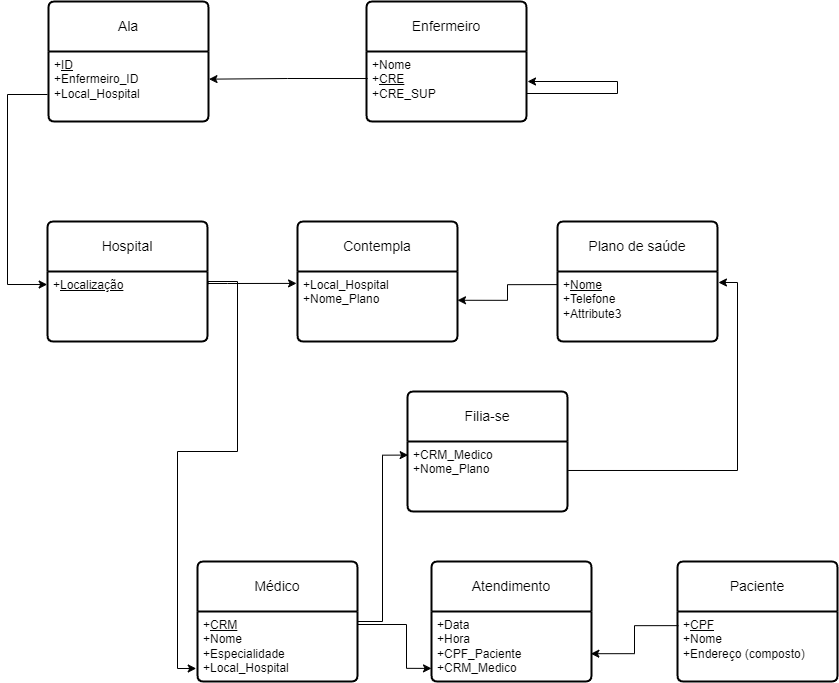
The draw.io diagram esquema logico exerc1.drawio.png in VitorFonseca123/ExerciciosACH2004_BD, before a commit. Source tidied: cells renumbered, new cells last; positions are measured from the earlier drawing's top-left corner, leaving out a move shared by most shapes.
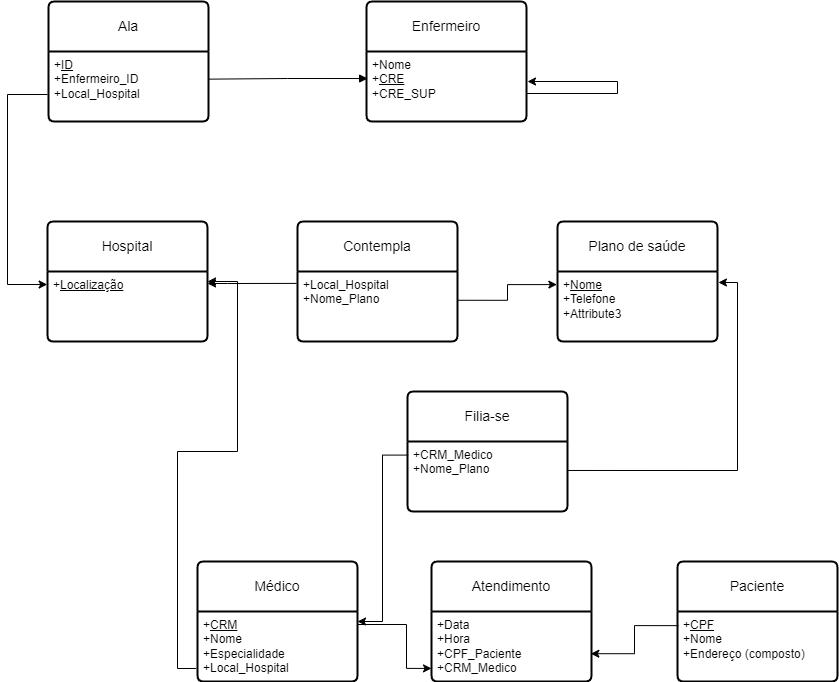
After the change.

Commit message:
Arruma setas

The edit, as a diff of the source:
```diff
@@ -38,7 +38,7 @@
     <mxCell id="13" value="+&lt;u&gt;CPF&lt;/u&gt;&lt;br&gt;+Nome&lt;br&gt;+Endereço (composto)" style="align=left;strokeColor=none;fillColor=none;spacingLeft=4;fontSize=12;verticalAlign=top;html=1;" parent="12" vertex="1">
       <mxGeometry y="50" width="160" height="70" as="geometry" />
     </mxCell>
-    <mxCell id="14" style="edgeStyle=orthogonalEdgeStyle;rounded=0;jettySize=auto;html=1;exitX=0.007;exitY=0.386;exitDx=0;exitDy=0;entryX=1.003;entryY=0.395;entryDx=0;entryDy=0;entryPerimeter=0;exitPerimeter=0;" parent="1" edge="1" source="3" target="5">
+    <mxCell id="14" style="edgeStyle=orthogonalEdgeStyle;rounded=0;jettySize=auto;html=1;exitX=0.007;exitY=0.386;exitDx=0;exitDy=0;entryX=1.003;entryY=0.395;entryDx=0;entryDy=0;entryPerimeter=0;exitPerimeter=0;startArrow=block;startFill=1;endArrow=none;endFill=0;" parent="1" edge="1" source="3" target="5">
       <mxGeometry relative="1" as="geometry" />
     </mxCell>
     <mxCell id="15" style="edgeStyle=orthogonalEdgeStyle;rounded=0;orthogonalLoop=1;jettySize=auto;html=1;" parent="1" edge="1">
@@ -89,7 +89,7 @@
     <mxCell id="24" style="edgeStyle=orthogonalEdgeStyle;rounded=0;orthogonalLoop=1;jettySize=auto;html=1;exitX=0.5;exitY=1;exitDx=0;exitDy=0;" parent="21" edge="1" source="22" target="22">
       <mxGeometry relative="1" as="geometry" />
     </mxCell>
-    <mxCell id="25" style="edgeStyle=orthogonalEdgeStyle;rounded=0;jettySize=auto;html=1;entryX=-0.006;entryY=0.17;entryDx=0;entryDy=0;entryPerimeter=0;" parent="1" edge="1" source="7" target="22">
+    <mxCell id="25" style="edgeStyle=orthogonalEdgeStyle;rounded=0;jettySize=auto;html=1;entryX=-0.006;entryY=0.17;entryDx=0;entryDy=0;entryPerimeter=0;startArrow=classic;startFill=1;endArrow=none;endFill=0;" parent="1" edge="1" source="7" target="22">
       <mxGeometry relative="1" as="geometry">
         <Array as="points">
           <mxPoint x="220" y="282" />
@@ -97,13 +97,12 @@
         </Array>
       </mxGeometry>
     </mxCell>
-    <mxCell id="26" style="edgeStyle=orthogonalEdgeStyle;rounded=0;jettySize=auto;html=1;exitX=-0.004;exitY=0.187;exitDx=0;exitDy=0;entryX=1;entryY=0.411;entryDx=0;entryDy=0;entryPerimeter=0;exitPerimeter=0;" parent="1" edge="1" source="9" target="22">
+    <mxCell id="26" style="edgeStyle=orthogonalEdgeStyle;rounded=0;jettySize=auto;html=1;exitX=-0.004;exitY=0.187;exitDx=0;exitDy=0;entryX=1;entryY=0.411;entryDx=0;entryDy=0;entryPerimeter=0;exitPerimeter=0;startArrow=classic;startFill=1;endArrow=none;endFill=0;" parent="1" edge="1" source="9" target="22">
       <mxGeometry relative="1" as="geometry" />
     </mxCell>
-    <mxCell id="27" style="edgeStyle=orthogonalEdgeStyle;rounded=0;jettySize=auto;html=1;entryX=-0.008;entryY=0.814;entryDx=0;entryDy=0;entryPerimeter=0;exitX=1.003;exitY=0.181;exitDx=0;exitDy=0;exitPerimeter=0;" parent="1" edge="1" source="7" target="11">
+    <mxCell id="27" style="edgeStyle=orthogonalEdgeStyle;rounded=0;jettySize=auto;html=1;entryX=-0.008;entryY=0.814;entryDx=0;entryDy=0;entryPerimeter=0;startArrow=classic;startFill=1;endArrow=none;endFill=0;exitX=1;exitY=0.5;exitDx=0;exitDy=0;" parent="1" edge="1" source="6" target="11">
       <mxGeometry relative="1" as="geometry">
         <Array as="points">
-          <mxPoint x="201" y="280" />
           <mxPoint x="230" y="280" />
           <mxPoint x="230" y="450" />
           <mxPoint x="170" y="450" />
@@ -117,7 +116,7 @@
     <mxCell id="29" value="+CRM_Medico&lt;br&gt;+Nome_Plano" style="align=left;strokeColor=none;fillColor=none;spacingLeft=4;fontSize=12;verticalAlign=top;html=1;" parent="28" vertex="1">
       <mxGeometry y="50" width="160" height="70" as="geometry" />
     </mxCell>
-    <mxCell id="30" style="edgeStyle=orthogonalEdgeStyle;rounded=0;jettySize=auto;html=1;entryX=0.004;entryY=0.194;entryDx=0;entryDy=0;entryPerimeter=0;" parent="1" edge="1" source="11" target="29">
+    <mxCell id="30" style="edgeStyle=orthogonalEdgeStyle;rounded=0;jettySize=auto;html=1;entryX=0.004;entryY=0.194;entryDx=0;entryDy=0;entryPerimeter=0;startArrow=classic;startFill=1;endArrow=none;endFill=0;" parent="1" edge="1" source="11" target="29">
       <mxGeometry relative="1" as="geometry">
         <Array as="points">
           <mxPoint x="375" y="620" />
```
